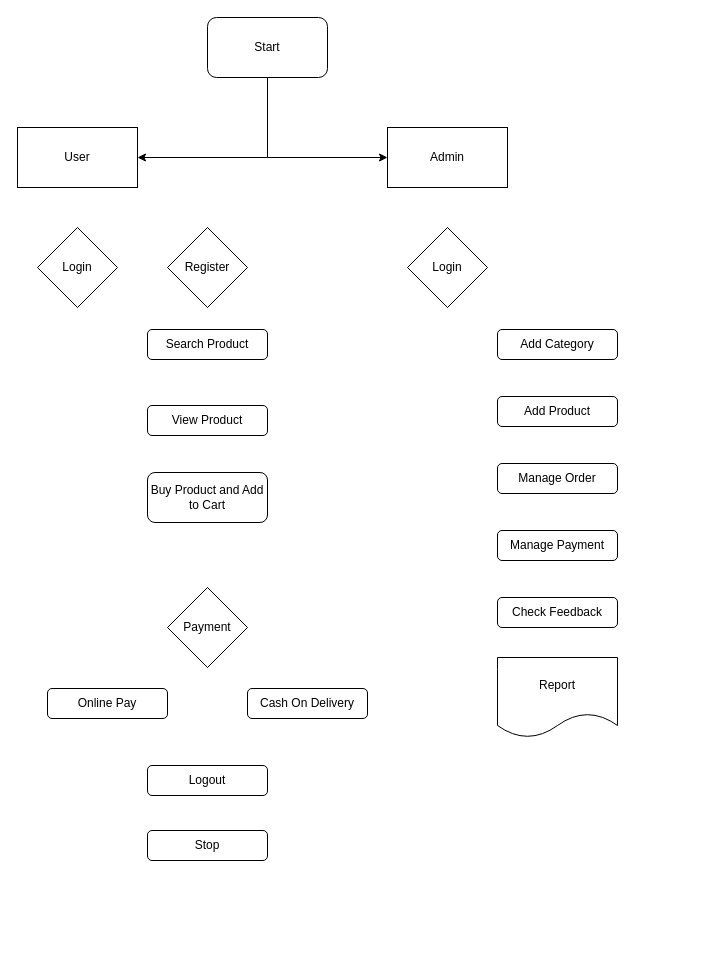
kajukopi/belajar keeps this draw.io diagram as geeks/Untitled Diagram.drawio. Above is the earlier version. Source tidied: cells renumbered, new cells numbered last; positions are measured from the earlier drawing's top-left corner, leaving out a move shared by most shapes. Both pictures are drawn from the tidied source at 100%, with x=0, y=0 at pixel (17, 17).
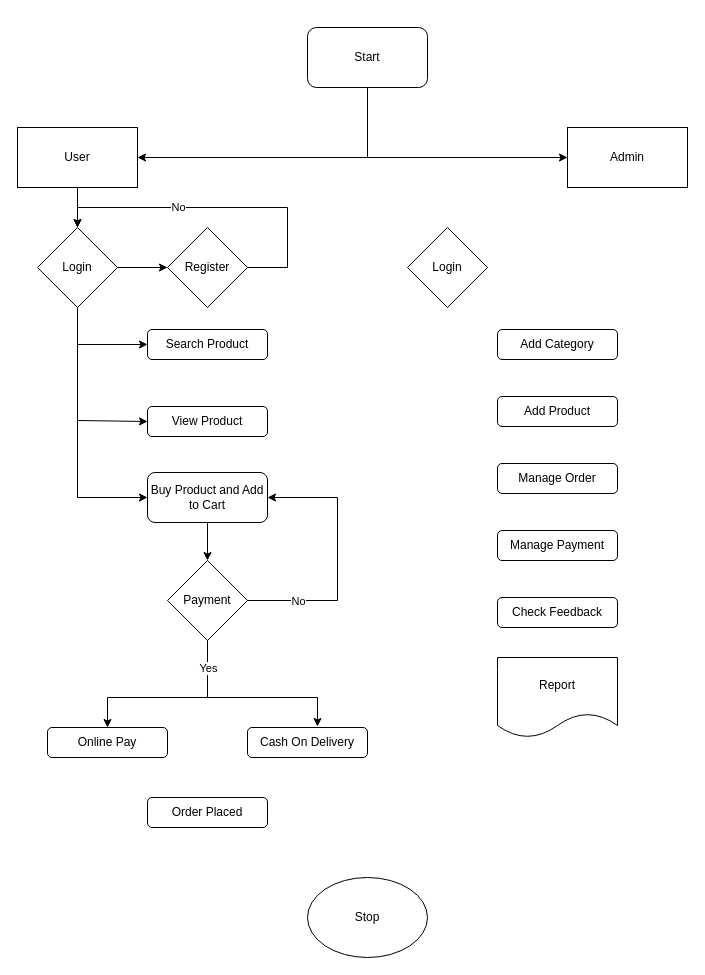
The same page after the edit.

Unchanged cells that the change refers to:
```xml
<mxCell id="5" value="User" style="rounded=0;whiteSpace=wrap;html=1;" parent="1" vertex="1">
  <mxGeometry y="110" width="120" height="60" as="geometry" />
</mxCell>
<mxCell id="14" value="Login" style="rhombus;whiteSpace=wrap;html=1;" parent="1" vertex="1">
  <mxGeometry x="20" y="210" width="80" height="80" as="geometry" />
</mxCell>
<mxCell id="15" value="Register" style="rhombus;whiteSpace=wrap;html=1;" parent="1" vertex="1">
  <mxGeometry x="150" y="210" width="80" height="80" as="geometry" />
</mxCell>
<mxCell id="16" value="Search Product" style="rounded=1;whiteSpace=wrap;html=1;" parent="1" vertex="1">
  <mxGeometry x="130" y="312" width="120" height="30" as="geometry" />
</mxCell>
<mxCell id="18" value="Buy Product and Add to Cart" style="rounded=1;whiteSpace=wrap;html=1;" parent="1" vertex="1">
  <mxGeometry x="130" y="455" width="120" height="50" as="geometry" />
</mxCell>
<mxCell id="23" value="Online Pay" style="rounded=1;whiteSpace=wrap;html=1;" parent="22" vertex="1">
  <mxGeometry width="120" height="30" as="geometry" />
</mxCell>
<mxCell id="24" value="Cash On Delivery" style="rounded=1;whiteSpace=wrap;html=1;" parent="22" vertex="1">
  <mxGeometry x="200" width="120" height="30" as="geometry" />
</mxCell>
```

Change to the diagram source:
```diff
@@
     <mxCell id="4" value="Start" style="rounded=1;whiteSpace=wrap;html=1;" parent="1" vertex="1">
-      <mxGeometry x="190" width="120" height="60" as="geometry" />
+      <mxGeometry x="290" y="10" width="120" height="60" as="geometry" />
     </mxCell>
+    <mxCell id="25" style="edgeStyle=orthogonalEdgeStyle;rounded=0;jettySize=auto;html=1;entryX=0.5;entryY=0;entryDx=0;entryDy=0;" parent="1" edge="1" source="5" target="14">
+      <mxGeometry relative="1" as="geometry" />
+    </mxCell>
@@
     <mxCell id="6" value="Admin" style="rounded=0;whiteSpace=wrap;html=1;" parent="1" vertex="1">
-      <mxGeometry x="370" y="110" width="120" height="60" as="geometry" />
+      <mxGeometry x="550" y="110" width="120" height="60" as="geometry" />
     </mxCell>
@@
+    <mxCell id="26" style="edgeStyle=orthogonalEdgeStyle;rounded=0;jettySize=auto;html=1;entryX=0;entryY=0.5;entryDx=0;entryDy=0;" parent="1" edge="1" source="14" target="15">
+      <mxGeometry relative="1" as="geometry" />
+    </mxCell>
+    <mxCell id="27" style="edgeStyle=orthogonalEdgeStyle;rounded=0;jettySize=auto;html=1;entryX=0;entryY=0.5;entryDx=0;entryDy=0;exitX=0.5;exitY=1;exitDx=0;exitDy=0;" parent="1" edge="1" source="14" target="16">
+      <mxGeometry relative="1" as="geometry" />
+    </mxCell>
+    <mxCell id="28" style="edgeStyle=orthogonalEdgeStyle;rounded=0;jettySize=auto;html=1;entryX=0;entryY=0.5;entryDx=0;entryDy=0;" parent="1" edge="1" target="17">
+      <mxGeometry relative="1" as="geometry">
+        <mxPoint x="60" y="290" as="sourcePoint" />
+        <Array as="points">
+          <mxPoint x="60" y="403" />
+        </Array>
+      </mxGeometry>
+    </mxCell>
+    <mxCell id="29" style="edgeStyle=orthogonalEdgeStyle;rounded=0;jettySize=auto;html=1;entryX=0;entryY=0.5;entryDx=0;entryDy=0;" parent="1" edge="1" target="18">
+      <mxGeometry relative="1" as="geometry">
+        <mxPoint x="60" y="290" as="sourcePoint" />
+        <Array as="points">
+          <mxPoint x="60" y="480" />
+        </Array>
+      </mxGeometry>
+    </mxCell>
@@
+    <mxCell id="30" style="edgeStyle=orthogonalEdgeStyle;rounded=0;jettySize=auto;html=1;entryX=0.5;entryY=0;entryDx=0;entryDy=0;" parent="1" edge="1" source="15" target="14">
+      <mxGeometry relative="1" as="geometry">
+        <Array as="points">
+          <mxPoint x="270" y="250" />
+          <mxPoint x="270" y="190" />
+          <mxPoint x="60" y="190" />
+        </Array>
+      </mxGeometry>
+    </mxCell>
+    <mxCell id="31" value="No" style="edgeLabel;html=1;align=center;verticalAlign=middle;" parent="30" vertex="1">
+      <mxGeometry x="0.06" y="-1" relative="1" as="geometry">
+        <mxPoint x="-35" as="offset" />
+      </mxGeometry>
+    </mxCell>
@@
     <mxCell id="17" value="View Product" style="rounded=1;whiteSpace=wrap;html=1;" parent="1" vertex="1">
-      <mxGeometry x="130" y="388" width="120" height="30" as="geometry" />
+      <mxGeometry x="130" y="389" width="120" height="30" as="geometry" />
     </mxCell>
+    <mxCell id="32" style="edgeStyle=orthogonalEdgeStyle;rounded=0;jettySize=auto;html=1;exitX=0.5;exitY=1;exitDx=0;exitDy=0;entryX=0.5;entryY=0;entryDx=0;entryDy=0;" parent="1" edge="1" source="18" target="19">
+      <mxGeometry relative="1" as="geometry" />
+    </mxCell>
@@
+    <mxCell id="33" style="edgeStyle=orthogonalEdgeStyle;rounded=0;jettySize=auto;html=1;entryX=1;entryY=0.5;entryDx=0;entryDy=0;exitX=1;exitY=0.5;exitDx=0;exitDy=0;" parent="1" edge="1" source="19" target="18">
+      <mxGeometry relative="1" as="geometry">
+        <Array as="points">
+          <mxPoint x="320" y="583" />
+          <mxPoint x="320" y="480" />
+        </Array>
+      </mxGeometry>
+    </mxCell>
+    <mxCell id="34" value="No" style="edgeLabel;html=1;align=center;verticalAlign=middle;" parent="33" vertex="1">
+      <mxGeometry x="-0.55" relative="1" as="geometry">
+        <mxPoint x="-9" as="offset" />
+      </mxGeometry>
+    </mxCell>
+    <mxCell id="35" style="edgeStyle=orthogonalEdgeStyle;rounded=0;jettySize=auto;html=1;entryX=0.583;entryY=-0.033;entryDx=0;entryDy=0;entryPerimeter=0;" parent="1" edge="1" source="19" target="24">
+      <mxGeometry relative="1" as="geometry">
+        <Array as="points">
+          <mxPoint x="190" y="680" />
+          <mxPoint x="300" y="680" />
+        </Array>
+      </mxGeometry>
+    </mxCell>
+    <mxCell id="36" style="edgeStyle=orthogonalEdgeStyle;rounded=0;jettySize=auto;html=1;entryX=0.5;entryY=0;entryDx=0;entryDy=0;" parent="1" edge="1" source="19" target="23">
+      <mxGeometry relative="1" as="geometry">
+        <Array as="points">
+          <mxPoint x="190" y="680" />
+          <mxPoint x="90" y="680" />
+        </Array>
+      </mxGeometry>
+    </mxCell>
+    <mxCell id="37" value="Yes" style="edgeLabel;html=1;align=center;verticalAlign=middle;" parent="36" vertex="1">
+      <mxGeometry x="-0.81" relative="1" as="geometry">
+        <mxPoint y="9" as="offset" />
+      </mxGeometry>
+    </mxCell>
     <mxCell id="19" value="Payment" style="rhombus;whiteSpace=wrap;html=1;" parent="1" vertex="1">
-      <mxGeometry x="150" y="570" width="80" height="80" as="geometry" />
+      <mxGeometry x="150" y="543" width="80" height="80" as="geometry" />
     </mxCell>
-    <mxCell id="20" value="Logout" style="rounded=1;whiteSpace=wrap;html=1;" parent="1" vertex="1">
-      <mxGeometry x="130" y="748" width="120" height="30" as="geometry" />
+    <mxCell id="20" value="Order Placed" style="rounded=1;whiteSpace=wrap;html=1;" parent="1" vertex="1">
+      <mxGeometry x="130" y="780" width="120" height="30" as="geometry" />
     </mxCell>
-    <mxCell id="21" value="Stop" style="rounded=1;whiteSpace=wrap;html=1;flipV=0;flipH=0;" parent="1" vertex="1">
-      <mxGeometry x="130" y="813" width="120" height="30" as="geometry" />
-    </mxCell>
     <mxCell id="22" style="group;flipV=0;flipH=0;" parent="1" vertex="1">
-      <mxGeometry x="30" y="671" width="320" height="30" as="geometry" />
+      <mxGeometry x="30" y="710" width="320" height="30" as="geometry" />
     </mxCell>
@@
+    <mxCell id="21" value="Stop" style="ellipse;whiteSpace=wrap;html=1;" parent="1" vertex="1">
+      <mxGeometry x="290" y="860" width="120" height="80" as="geometry" />
+    </mxCell>
```
